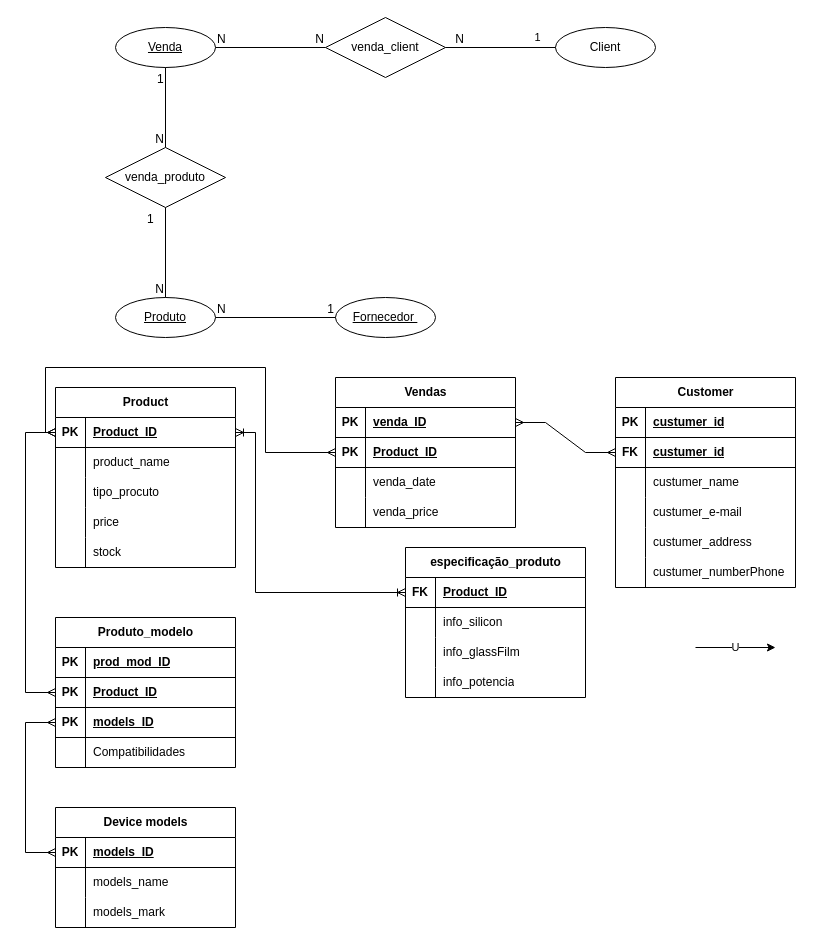
Earlier version of the draw.io diagram trab_bd.drawio (g-birocci/estudos). Source tidied: cells renumbered, new cells numbered last; positions are measured from the earlier drawing's top-left corner, leaving out a move shared by most shapes. Both pictures are drawn from the tidied source at 100%, with x=0, y=0 at pixel (25, 17).
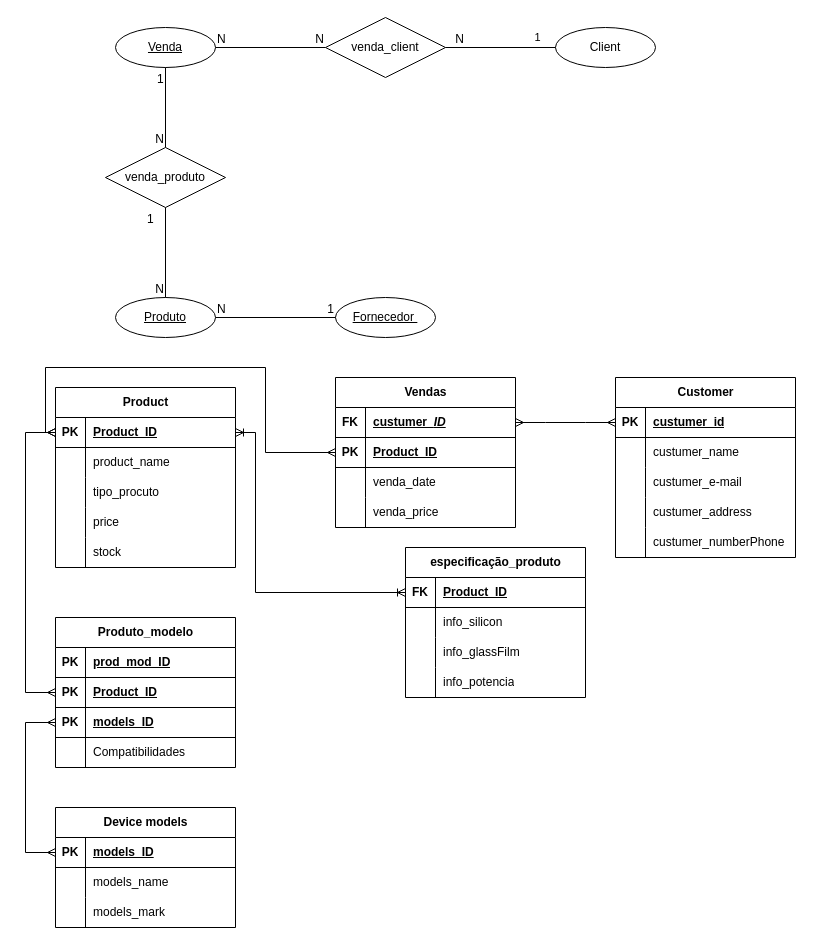
The same page after the edit.

Unchanged cells that the change refers to:
```xml
<mxCell id="36" style="shape=tableRow;horizontal=0;startSize=0;swimlaneHead=0;swimlaneBody=0;fillColor=none;points=[[0,0.5],[1,0.5]];portConstraint=eastwest;top=0;left=0;right=0;bottom=1;" parent="35" vertex="1">
  <mxGeometry y="30" width="180" height="30" as="geometry" />
</mxCell>
<mxCell id="55" style="shape=tableRow;horizontal=0;startSize=0;swimlaneHead=0;swimlaneBody=0;fillColor=none;points=[[0,0.5],[1,0.5]];portConstraint=eastwest;top=0;left=0;right=0;bottom=1;" parent="54" vertex="1">
  <mxGeometry y="30" width="180" height="30" as="geometry" />
</mxCell>
```

Change to the diagram source:
```diff
@@
     <mxCell id="35" value="Customer" style="shape=table;startSize=30;childLayout=tableLayout;rowLines=0;fontStyle=1;align=center;html=1;" parent="1" vertex="1">
-      <mxGeometry x="590" y="360" width="180" height="210" as="geometry" />
+      <mxGeometry x="590" y="360" width="180" height="180" as="geometry" />
     </mxCell>
@@
-    <mxCell id="39" style="shape=tableRow;horizontal=0;startSize=0;swimlaneHead=0;swimlaneBody=0;fillColor=none;points=[[0,0.5],[1,0.5]];portConstraint=eastwest;top=0;left=0;right=0;bottom=1;" parent="35" vertex="1">
-      <mxGeometry y="60" width="180" height="30" as="geometry" />
-    </mxCell>
-    <mxCell id="40" value="FK" style="shape=partialRectangle;fillColor=none;top=0;left=0;bottom=0;right=0;fontStyle=1;overflow=hidden;whiteSpace=wrap;html=1;" parent="39" vertex="1">
-      <mxGeometry width="30" height="30" as="geometry" />
-    </mxCell>
-    <mxCell id="41" value="custumer_id" style="shape=partialRectangle;fillColor=none;top=0;left=0;bottom=0;right=0;align=left;spacingLeft=6;fontStyle=5;overflow=hidden;whiteSpace=wrap;html=1;" parent="39" vertex="1">
-      <mxGeometry x="30" width="150" height="30" as="geometry" />
-    </mxCell>
     <mxCell id="42" style="shape=tableRow;horizontal=0;startSize=0;swimlaneHead=0;swimlaneBody=0;fillColor=none;top=0;left=0;right=0;bottom=0;" parent="35" vertex="1">
-      <mxGeometry y="90" width="180" height="30" as="geometry" />
+      <mxGeometry y="60" width="180" height="30" as="geometry" />
     </mxCell>
@@
     <mxCell id="45" style="shape=tableRow;horizontal=0;startSize=0;swimlaneHead=0;swimlaneBody=0;fillColor=none;top=0;left=0;right=0;bottom=0;" parent="35" vertex="1">
-      <mxGeometry y="120" width="180" height="30" as="geometry" />
+      <mxGeometry y="90" width="180" height="30" as="geometry" />
     </mxCell>
@@
     <mxCell id="48" style="shape=tableRow;horizontal=0;startSize=0;swimlaneHead=0;swimlaneBody=0;fillColor=none;top=0;left=0;right=0;bottom=0;" parent="35" vertex="1">
-      <mxGeometry y="150" width="180" height="30" as="geometry" />
+      <mxGeometry y="120" width="180" height="30" as="geometry" />
     </mxCell>
@@
     <mxCell id="51" style="shape=tableRow;horizontal=0;startSize=0;swimlaneHead=0;swimlaneBody=0;fillColor=none;top=0;left=0;right=0;bottom=0;" parent="35" vertex="1">
-      <mxGeometry y="180" width="180" height="30" as="geometry" />
+      <mxGeometry y="150" width="180" height="30" as="geometry" />
     </mxCell>
@@
-    <mxCell id="56" value="PK" style="shape=partialRectangle;fillColor=none;top=0;left=0;bottom=0;right=0;fontStyle=1;overflow=hidden;whiteSpace=wrap;html=1;" parent="55" vertex="1">
+    <mxCell id="56" value="FK" style="shape=partialRectangle;fillColor=none;top=0;left=0;bottom=0;right=0;fontStyle=1;overflow=hidden;whiteSpace=wrap;html=1;" parent="55" vertex="1">
       <mxGeometry width="30" height="30" as="geometry" />
     </mxCell>
-    <mxCell id="57" value="venda_ID" style="shape=partialRectangle;fillColor=none;top=0;left=0;bottom=0;right=0;align=left;spacingLeft=6;fontStyle=5;overflow=hidden;whiteSpace=wrap;html=1;" parent="55" vertex="1">
+    <mxCell id="57" value="custumer_&lt;i&gt;ID&lt;/i&gt;" style="shape=partialRectangle;fillColor=none;top=0;left=0;bottom=0;right=0;align=left;spacingLeft=6;fontStyle=5;overflow=hidden;whiteSpace=wrap;html=1;" parent="55" vertex="1">
       <mxGeometry x="30" width="150" height="30" as="geometry" />
     </mxCell>
@@
-    <mxCell id="67" style="edgeStyle=entityRelationEdgeStyle;fontSize=12;html=1;endArrow=ERmany;startArrow=ERmany;rounded=0;exitX=1;exitY=0.5;exitDx=0;exitDy=0;entryX=0;entryY=0.5;entryDx=0;entryDy=0;" parent="1" edge="1" source="55" target="39">
+    <mxCell id="67" style="edgeStyle=entityRelationEdgeStyle;fontSize=12;html=1;endArrow=ERmany;startArrow=ERmany;rounded=0;exitX=1;exitY=0.5;exitDx=0;exitDy=0;entryX=0;entryY=0.5;entryDx=0;entryDy=0;" parent="1" edge="1" source="55" target="36">
       <mxGeometry relative="1" as="geometry" />
     </mxCell>
@@
-    <mxCell id="111" value="U" style="edgeStyle=none;orthogonalLoop=1;jettySize=auto;html=1;rounded=0;" parent="1" edge="1">
-      <mxGeometry relative="1" as="geometry">
-        <mxPoint x="670" y="630" as="sourcePoint" />
-        <mxPoint x="750" y="630" as="targetPoint" />
-      </mxGeometry>
-    </mxCell>
```
